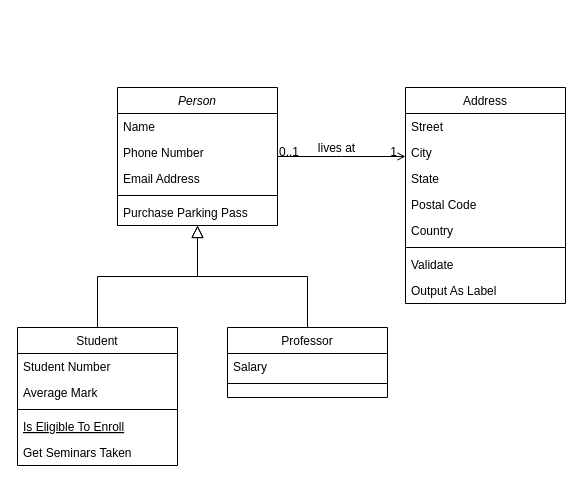
Above: English learning application development diagram in Java.drawio in phamthanhtung35NB/English-learning-application (draw.io), before the change. Source tidied: cells renumbered, new cells numbered last; positions are measured from the earlier drawing's top-left corner, leaving out a move shared by most shapes. Both pictures are drawn from the tidied source at 100%, with x=0, y=0 at pixel (17, 87).
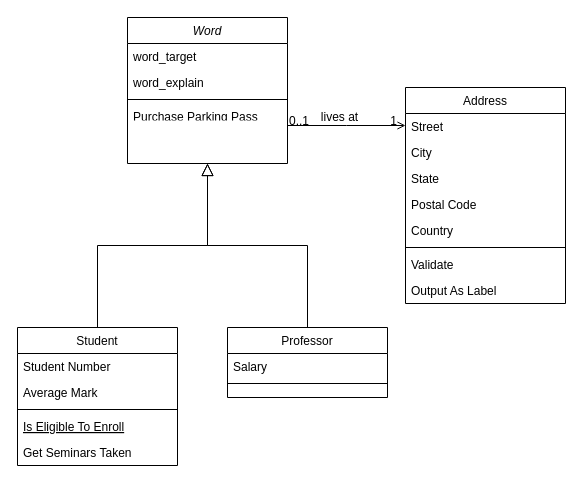
After the change.

What changed in the source:
```diff
@@
-    <mxCell id="2" value="Person" style="swimlane;fontStyle=2;align=center;verticalAlign=top;horizontal=1;startSize=26;rounded=0;shadow=0;strokeWidth=1;" parent="1" vertex="1">
-      <mxGeometry x="100" width="160" height="138" as="geometry" />
+    <mxCell id="2" value="Word" style="swimlane;fontStyle=2;align=center;verticalAlign=top;horizontal=1;startSize=26;rounded=0;shadow=0;strokeWidth=1;" parent="1" vertex="1">
+      <mxGeometry x="110" y="-70" width="160" height="146" as="geometry" />
     </mxCell>
-    <mxCell id="3" value="Name" style="text;align=left;verticalAlign=top;spacingLeft=4;spacingRight=4;overflow=hidden;" parent="2" vertex="1">
+    <mxCell id="3" value="word_target" style="text;align=left;verticalAlign=top;spacingLeft=4;spacingRight=4;overflow=hidden;" parent="2" vertex="1">
       <mxGeometry y="26" width="160" height="26" as="geometry" />
     </mxCell>
-    <mxCell id="4" value="Phone Number" style="text;align=left;verticalAlign=top;spacingLeft=4;spacingRight=4;overflow=hidden;rounded=0;shadow=0;html=0;" parent="2" vertex="1">
+    <mxCell id="4" value="word_explain" style="text;align=left;verticalAlign=top;spacingLeft=4;spacingRight=4;overflow=hidden;rounded=0;shadow=0;html=0;" parent="2" vertex="1">
       <mxGeometry y="52" width="160" height="26" as="geometry" />
     </mxCell>
-    <mxCell id="5" value="Email Address" style="text;align=left;verticalAlign=top;spacingLeft=4;spacingRight=4;overflow=hidden;rounded=0;shadow=0;html=0;" parent="2" vertex="1">
-      <mxGeometry y="78" width="160" height="26" as="geometry" />
-    </mxCell>
     <mxCell id="6" style="line;html=1;strokeWidth=1;align=left;verticalAlign=middle;spacingTop=-1;spacingLeft=3;spacingRight=3;labelPosition=right;" parent="2" vertex="1">
-      <mxGeometry y="104" width="160" height="8" as="geometry" />
+      <mxGeometry y="78" width="160" height="8" as="geometry" />
     </mxCell>
     <mxCell id="7" value="Purchase Parking Pass" style="text;align=left;verticalAlign=top;spacingLeft=4;spacingRight=4;overflow=hidden;" parent="2" vertex="1">
-      <mxGeometry y="112" width="160" height="26" as="geometry" />
+      <mxGeometry y="86" width="160" height="12" as="geometry" />
     </mxCell>
```
